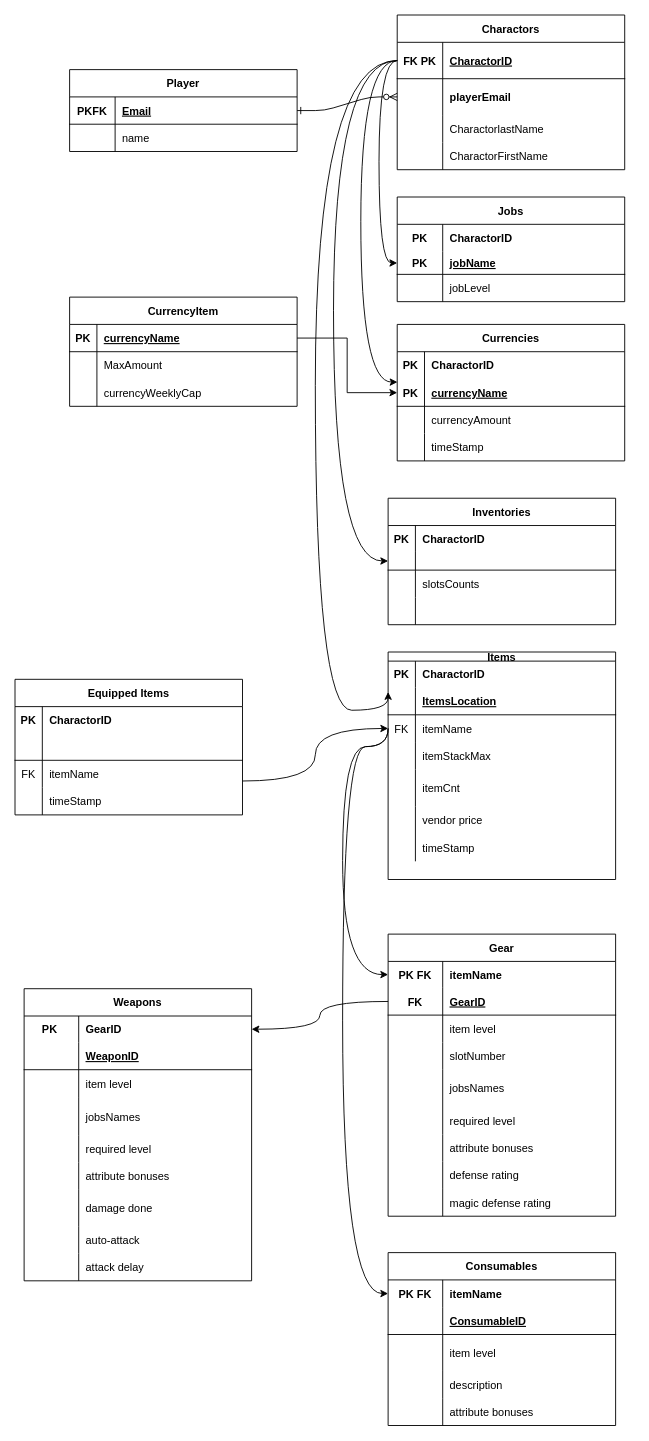
Above: HWUntitled Diagram.drawio in ifffShang/5800-hw2 (draw.io), before the change. Source tidied: cells renumbered, new cells numbered last; positions are measured from the earlier drawing's top-left corner, leaving out a move shared by most shapes. Both pictures are drawn from the tidied source at 91%, with x=0, y=0 at pixel (15, 15).
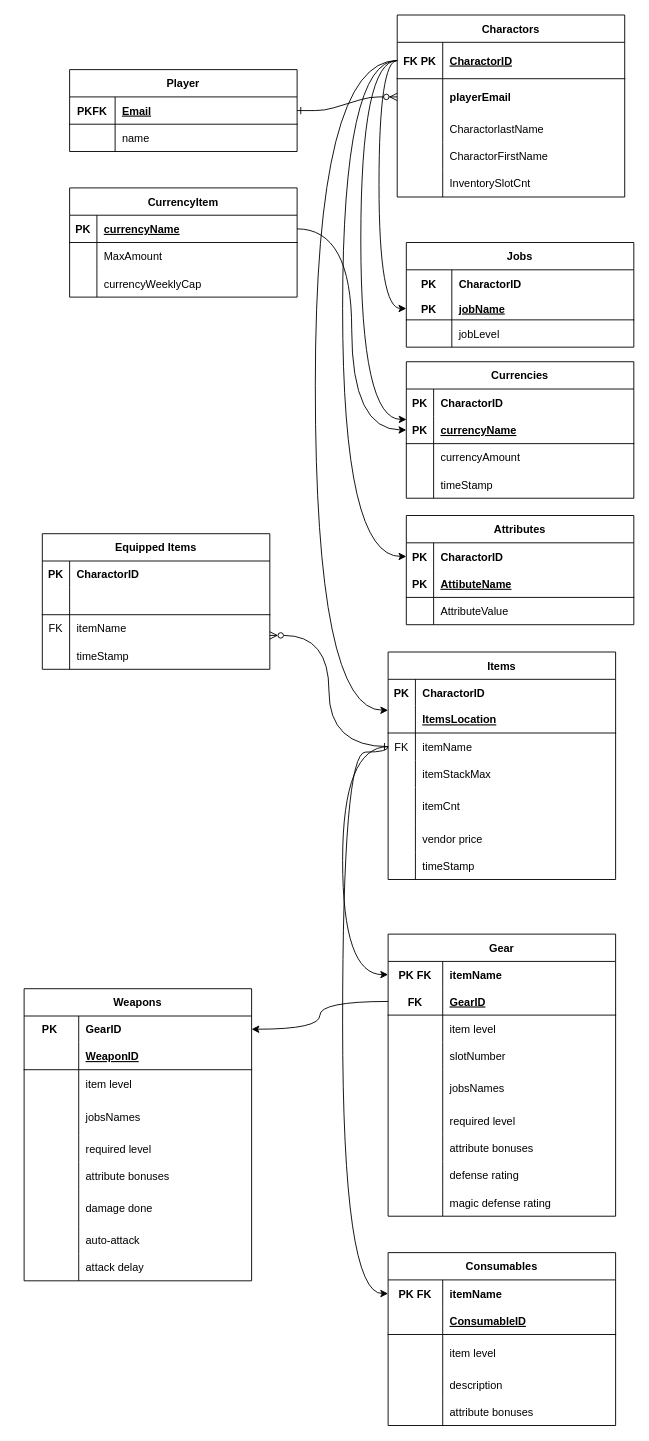
The same diagram, later.

The change refers to these unchanged cells:
```xml
<mxCell id="26" style="shape=partialRectangle;fillColor=none;points=[[0,0.5],[1,0.5]];portConstraint=eastwest;top=0;left=0;right=0;bottom=1;" parent="25" vertex="1">
  <mxGeometry y="30" width="250" height="40" as="geometry" />
</mxCell>
<mxCell id="59" style="shape=partialRectangle;fillColor=none;points=[[0,0.5],[1,0.5]];portConstraint=eastwest;top=0;left=0;right=0;bottom=1;" parent="55" vertex="1">
  <mxGeometry y="60" width="250" height="30" as="geometry" />
</mxCell>
<mxCell id="69" style="shape=partialRectangle;fillColor=none;points=[[0,0.5],[1,0.5]];portConstraint=eastwest;top=0;left=0;right=0;bottom=1;" parent="68" vertex="1">
  <mxGeometry y="30" width="250" height="30" as="geometry" />
</mxCell>
<mxCell id="97" style="shape=partialRectangle;fillColor=none;points=[[0,0.5],[1,0.5]];portConstraint=eastwest;top=0;left=0;right=0;bottom=0;fontStyle=1;" parent="96" vertex="1">
  <mxGeometry y="30" width="250" height="29" as="geometry" />
</mxCell>
<mxCell id="155" style="shape=partialRectangle;fillColor=none;points=[[0,0.5],[1,0.5]];portConstraint=eastwest;top=0;left=0;right=0;bottom=0;fontStyle=1;" parent="154" vertex="1">
  <mxGeometry y="30" width="250" height="30" as="geometry" />
</mxCell>
```

Change to the diagram source:
```diff
@@
-    <mxCell id="2" value="Items" style="shape=table;startSize=10;childLayout=tableLayout;rowLines=0;fontStyle=1;align=center;" parent="1" vertex="1">
+    <mxCell id="2" value="Items" style="shape=table;startSize=30;childLayout=tableLayout;rowLines=0;fontStyle=1;align=center;" parent="1" vertex="1">
       <mxGeometry x="410" y="700" width="250" height="250" as="geometry" />
     </mxCell>
     <mxCell id="3" style="shape=partialRectangle;fillColor=none;top=0;left=0;right=0;bottom=0;fontStyle=1;" parent="2" vertex="1">
-      <mxGeometry y="10" width="250" height="29" as="geometry" />
+      <mxGeometry y="30" width="250" height="29" as="geometry" />
     </mxCell>
@@
     <mxCell id="6" style="shape=partialRectangle;fillColor=none;points=[[0,0.5],[1,0.5]];portConstraint=eastwest;top=0;left=0;right=0;bottom=1;" parent="2" vertex="1">
-      <mxGeometry y="39" width="250" height="30" as="geometry" />
+      <mxGeometry y="59" width="250" height="30" as="geometry" />
     </mxCell>
@@
     <mxCell id="9" style="shape=partialRectangle;fillColor=none;points=[[0,0.5],[1,0.5]];portConstraint=eastwest;top=0;left=0;right=0;bottom=0;" parent="2" vertex="1">
-      <mxGeometry y="69" width="250" height="30" as="geometry" />
+      <mxGeometry y="89" width="250" height="30" as="geometry" />
     </mxCell>
@@
     <mxCell id="12" style="shape=partialRectangle;fillColor=none;top=0;left=0;right=0;bottom=0;" parent="2" vertex="1">
-      <mxGeometry y="99" width="250" height="30" as="geometry" />
+      <mxGeometry y="119" width="250" height="30" as="geometry" />
     </mxCell>
@@
     <mxCell id="15" style="shape=partialRectangle;fillColor=none;top=0;left=0;right=0;bottom=0;" parent="2" vertex="1">
-      <mxGeometry y="129" width="250" height="41" as="geometry" />
+      <mxGeometry y="149" width="250" height="41" as="geometry" />
     </mxCell>
@@
     <mxCell id="18" style="shape=partialRectangle;fillColor=none;top=0;left=0;right=0;bottom=0;" parent="2" vertex="1">
-      <mxGeometry y="170" width="250" height="30" as="geometry" />
+      <mxGeometry y="190" width="250" height="30" as="geometry" />
     </mxCell>
@@
     <mxCell id="21" style="shape=partialRectangle;fillColor=none;top=0;left=0;right=0;bottom=0;" parent="2" vertex="1">
-      <mxGeometry y="200" width="250" height="30" as="geometry" />
+      <mxGeometry y="220" width="250" height="30" as="geometry" />
     </mxCell>
@@
     <mxCell id="25" value="Charactors" style="shape=table;startSize=30;childLayout=tableLayout;rowLines=0;fontStyle=1;align=center;" parent="1" vertex="1">
-      <mxGeometry x="420" width="250" height="170" as="geometry" />
+      <mxGeometry x="420" width="250" height="200" as="geometry" />
     </mxCell>
@@
+    <mxCell id="185" style="shape=partialRectangle;fillColor=none;top=0;left=0;right=0;bottom=0;" parent="25" vertex="1">
+      <mxGeometry y="170" width="250" height="30" as="geometry" />
+    </mxCell>
+    <mxCell id="186" style="shape=partialRectangle;overflow=hidden;fillColor=none;top=0;left=0;bottom=0;right=0;" parent="185" vertex="1">
+      <mxGeometry width="50" height="30" as="geometry" />
+    </mxCell>
+    <mxCell id="187" value="InventorySlotCnt" style="shape=partialRectangle;overflow=hidden;fillColor=none;top=0;left=0;bottom=0;right=0;align=left;spacingLeft=6;" parent="185" vertex="1">
+      <mxGeometry x="50" width="200" height="30" as="geometry" />
+    </mxCell>
     <mxCell id="38" value="Jobs" style="shape=table;startSize=30;childLayout=tableLayout;rowLines=0;fontStyle=1;align=center;" parent="1" vertex="1">
-      <mxGeometry x="420" y="200" width="250" height="115" as="geometry" />
+      <mxGeometry x="430" y="250" width="250" height="115" as="geometry" />
     </mxCell>
@@
     <mxCell id="55" value="Currencies" style="shape=table;startSize=30;childLayout=tableLayout;rowLines=0;fontStyle=1;align=center;" parent="1" vertex="1">
-      <mxGeometry x="420" y="340" width="250" height="150" as="geometry" />
+      <mxGeometry x="430" y="381" width="250" height="150" as="geometry" />
     </mxCell>
@@
     <mxCell id="68" value="CurrencyItem" style="shape=table;startSize=30;childLayout=tableLayout;rowLines=0;fontStyle=1;align=center;" parent="1" vertex="1">
-      <mxGeometry x="60" y="310" width="250" height="120" as="geometry" />
+      <mxGeometry x="60" y="190" width="250" height="120" as="geometry" />
     </mxCell>
@@
-    <mxCell id="78" style="edgeStyle=orthogonalEdgeStyle;rounded=0;jettySize=auto;html=1;exitX=1;exitY=0.5;exitDx=0;exitDy=0;entryX=0;entryY=0.5;entryDx=0;entryDy=0;" parent="1" edge="1" source="69" target="59">
+    <mxCell id="78" style="edgeStyle=orthogonalEdgeStyle;rounded=0;jettySize=auto;html=1;exitX=1;exitY=0.5;exitDx=0;exitDy=0;entryX=0;entryY=0.5;entryDx=0;entryDy=0;curved=1;" parent="1" edge="1" source="69" target="59">
       <mxGeometry relative="1" as="geometry" />
     </mxCell>
@@
     <mxCell id="80" style="edgeStyle=orthogonalEdgeStyle;rounded=0;jettySize=auto;html=1;exitX=0;exitY=0.5;exitDx=0;exitDy=0;entryX=0.001;entryY=0.113;entryDx=0;entryDy=0;entryPerimeter=0;curved=1;" parent="1" edge="1" source="26" target="59">
       <mxGeometry relative="1" as="geometry">
         <Array as="points">
           <mxPoint x="380" y="50" />
-          <mxPoint x="380" y="403" />
+          <mxPoint x="380" y="444" />
         </Array>
       </mxGeometry>
     </mxCell>
-    <mxCell id="81" style="edgeStyle=orthogonalEdgeStyle;rounded=0;jettySize=auto;html=1;exitX=0;exitY=0.5;exitDx=0;exitDy=0;entryX=0;entryY=0.5;entryDx=0;entryDy=0;curved=1;" parent="1" edge="1" source="26" target="86">
-      <mxGeometry relative="1" as="geometry">
-        <Array as="points">
-          <mxPoint x="350" y="50" />
-          <mxPoint x="350" y="600" />
-        </Array>
-      </mxGeometry>
-    </mxCell>
-    <mxCell id="82" value="Inventories" style="shape=table;startSize=30;childLayout=tableLayout;rowLines=0;fontStyle=1;align=center;" parent="1" vertex="1">
-      <mxGeometry x="410" y="531" width="250" height="139" as="geometry" />
-    </mxCell>
-    <mxCell id="83" style="shape=partialRectangle;fillColor=none;top=0;left=0;right=0;bottom=0;fontStyle=1;" parent="82" vertex="1">
-      <mxGeometry y="30" width="250" height="29" as="geometry" />
-    </mxCell>
-    <mxCell id="84" value="PK" style="shape=partialRectangle;overflow=hidden;fillColor=none;top=0;left=0;bottom=0;right=0;fontStyle=1;" parent="83" vertex="1">
-      <mxGeometry width="30" height="29" as="geometry" />
-    </mxCell>
-    <mxCell id="85" value="CharactorID" style="shape=partialRectangle;overflow=hidden;fillColor=none;top=0;left=0;bottom=0;right=0;align=left;spacingLeft=6;fontStyle=1;" parent="83" vertex="1">
-      <mxGeometry x="30" width="220" height="29" as="geometry" />
-    </mxCell>
-    <mxCell id="86" style="shape=partialRectangle;fillColor=none;points=[[0,0.5],[1,0.5]];portConstraint=eastwest;top=0;left=0;right=0;bottom=1;" parent="82" vertex="1">
-      <mxGeometry y="59" width="250" height="20" as="geometry" />
-    </mxCell>
-    <mxCell id="87" style="shape=partialRectangle;overflow=hidden;fillColor=none;top=0;left=0;bottom=0;right=0;fontStyle=1;" parent="86" vertex="1">
-      <mxGeometry width="30" height="20" as="geometry" />
-    </mxCell>
-    <mxCell id="88" style="shape=partialRectangle;overflow=hidden;fillColor=none;top=0;left=0;bottom=0;right=0;align=left;spacingLeft=6;fontStyle=5;" parent="86" vertex="1">
-      <mxGeometry x="30" width="220" height="20" as="geometry" />
-    </mxCell>
-    <mxCell id="89" style="shape=partialRectangle;fillColor=none;top=0;left=0;right=0;bottom=0;" parent="82" vertex="1">
-      <mxGeometry y="79" width="250" height="30" as="geometry" />
-    </mxCell>
-    <mxCell id="90" style="shape=partialRectangle;overflow=hidden;fillColor=none;top=0;left=0;bottom=0;right=0;" parent="89" vertex="1">
-      <mxGeometry width="30" height="30" as="geometry" />
-    </mxCell>
-    <mxCell id="91" value="slotsCounts" style="shape=partialRectangle;overflow=hidden;fillColor=none;top=0;left=0;bottom=0;right=0;align=left;spacingLeft=6;" parent="89" vertex="1">
-      <mxGeometry x="30" width="220" height="30" as="geometry" />
-    </mxCell>
-    <mxCell id="92" style="shape=partialRectangle;fillColor=none;top=0;left=0;right=0;bottom=0;" parent="82" vertex="1">
-      <mxGeometry y="109" width="250" height="30" as="geometry" />
-    </mxCell>
-    <mxCell id="93" style="shape=partialRectangle;overflow=hidden;fillColor=none;top=0;left=0;bottom=0;right=0;" parent="92" vertex="1">
-      <mxGeometry width="30" height="30" as="geometry" />
-    </mxCell>
-    <mxCell id="94" style="shape=partialRectangle;overflow=hidden;fillColor=none;top=0;left=0;bottom=0;right=0;align=left;spacingLeft=6;" parent="92" vertex="1">
-      <mxGeometry x="30" width="220" height="30" as="geometry" />
-    </mxCell>
@@
     <mxCell id="124" style="edgeStyle=orthogonalEdgeStyle;rounded=0;jettySize=auto;html=1;entryX=0;entryY=0.5;entryDx=0;entryDy=0;curved=1;exitX=0;exitY=0.5;exitDx=0;exitDy=0;" parent="1" edge="1" source="9" target="97">
       <mxGeometry relative="1" as="geometry">
         <Array as="points">
           <mxPoint x="360" y="804" />
-          <mxPoint x="360" y="1055" />
+          <mxPoint x="360" y="1054" />
         </Array>
       </mxGeometry>
     </mxCell>
@@
     <mxCell id="170" style="edgeStyle=orthogonalEdgeStyle;rounded=0;jettySize=auto;html=1;entryX=0;entryY=0.5;entryDx=0;entryDy=0;curved=1;exitX=0;exitY=0.5;exitDx=0;exitDy=0;" parent="1" edge="1" source="9" target="155">
       <mxGeometry relative="1" as="geometry">
         <Array as="points">
-          <mxPoint x="360" y="804" />
+          <mxPoint x="410" y="810" />
+          <mxPoint x="360" y="810" />
           <mxPoint x="360" y="1405" />
         </Array>
       </mxGeometry>
     </mxCell>
-    <mxCell id="171" style="edgeStyle=orthogonalEdgeStyle;rounded=0;jettySize=auto;html=1;exitX=1;exitY=0.75;exitDx=0;exitDy=0;entryX=0;entryY=0.5;entryDx=0;entryDy=0;curved=1;" parent="1" edge="1" source="172" target="9">
+    <mxCell id="171" style="edgeStyle=orthogonalEdgeStyle;rounded=0;jettySize=auto;html=1;exitX=1;exitY=0.75;exitDx=0;exitDy=0;entryX=0;entryY=0.5;entryDx=0;entryDy=0;curved=1;endArrow=ERone;endFill=0;startArrow=ERzeroToMany;startFill=0;" parent="1" edge="1" source="172" target="9">
       <mxGeometry relative="1" as="geometry" />
     </mxCell>
     <mxCell id="172" value="Equipped Items" style="shape=table;startSize=30;childLayout=tableLayout;rowLines=0;fontStyle=1;align=center;" parent="1" vertex="1">
-      <mxGeometry y="730" width="250" height="149" as="geometry" />
+      <mxGeometry x="30" y="570" width="250" height="149" as="geometry" />
     </mxCell>
@@
+    <mxCell id="188" value="Attributes" style="shape=table;startSize=30;childLayout=tableLayout;rowLines=0;fontStyle=1;align=center;" parent="1" vertex="1">
+      <mxGeometry x="430" y="550" width="250" height="120" as="geometry" />
+    </mxCell>
+    <mxCell id="189" style="shape=partialRectangle;fillColor=none;points=[[0,0.5],[1,0.5]];portConstraint=eastwest;top=0;left=0;right=0;bottom=0;fontStyle=1;" parent="188" vertex="1">
+      <mxGeometry y="30" width="250" height="30" as="geometry" />
+    </mxCell>
+    <mxCell id="190" value="PK" style="shape=partialRectangle;overflow=hidden;fillColor=none;top=0;left=0;bottom=0;right=0;fontStyle=1;" parent="189" vertex="1">
+      <mxGeometry width="30" height="30" as="geometry" />
+    </mxCell>
+    <mxCell id="85" value="CharactorID" style="shape=partialRectangle;overflow=hidden;fillColor=none;top=0;left=0;bottom=0;right=0;align=left;spacingLeft=6;fontStyle=1;" parent="189" vertex="1">
+      <mxGeometry x="30" width="220" height="30" as="geometry" />
+    </mxCell>
+    <mxCell id="191" style="shape=partialRectangle;fillColor=none;top=0;left=0;right=0;bottom=1;" parent="188" vertex="1">
+      <mxGeometry y="60" width="250" height="30" as="geometry" />
+    </mxCell>
+    <mxCell id="192" value="PK" style="shape=partialRectangle;overflow=hidden;fillColor=none;top=0;left=0;bottom=0;right=0;fontStyle=1;" parent="191" vertex="1">
+      <mxGeometry width="30" height="30" as="geometry" />
+    </mxCell>
+    <mxCell id="193" value="AttibuteName" style="shape=partialRectangle;overflow=hidden;fillColor=none;top=0;left=0;bottom=0;right=0;align=left;spacingLeft=6;fontStyle=5;" parent="191" vertex="1">
+      <mxGeometry x="30" width="220" height="30" as="geometry" />
+    </mxCell>
+    <mxCell id="194" style="shape=partialRectangle;fillColor=none;top=0;left=0;right=0;bottom=0;" parent="188" vertex="1">
+      <mxGeometry y="90" width="250" height="30" as="geometry" />
+    </mxCell>
+    <mxCell id="195" style="shape=partialRectangle;overflow=hidden;fillColor=none;top=0;left=0;bottom=0;right=0;" parent="194" vertex="1">
+      <mxGeometry width="30" height="30" as="geometry" />
+    </mxCell>
+    <mxCell id="196" value="AttributeValue" style="shape=partialRectangle;overflow=hidden;fillColor=none;top=0;left=0;bottom=0;right=0;align=left;spacingLeft=6;" parent="194" vertex="1">
+      <mxGeometry x="30" width="220" height="30" as="geometry" />
+    </mxCell>
+    <mxCell id="197" style="edgeStyle=orthogonalEdgeStyle;rounded=0;jettySize=auto;html=1;exitX=0;exitY=0.5;exitDx=0;exitDy=0;entryX=0;entryY=0.5;entryDx=0;entryDy=0;curved=1;" parent="1" edge="1" source="26" target="189">
+      <mxGeometry relative="1" as="geometry">
+        <Array as="points">
+          <mxPoint x="360" y="50" />
+          <mxPoint x="360" y="595" />
+        </Array>
+      </mxGeometry>
+    </mxCell>
```
